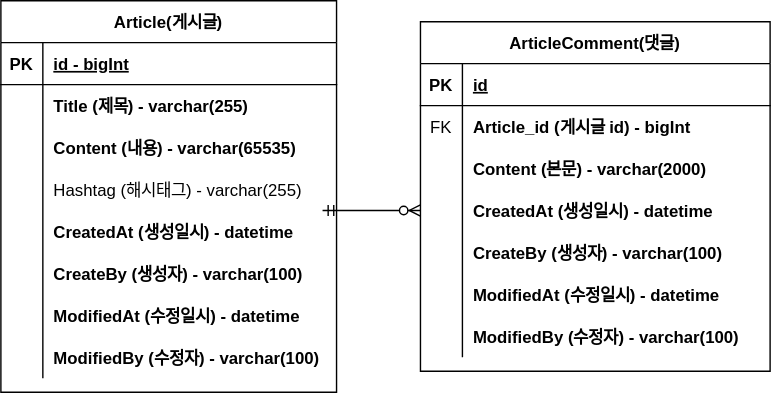
Surandoran/fastcampus-project-board keeps this draw.io diagram as document/project-board-erd.svg. Above is the earlier version. Source tidied: cells renumbered, new cells last; positions are measured from the earlier drawing's top-left corner, leaving out a move shared by most shapes.
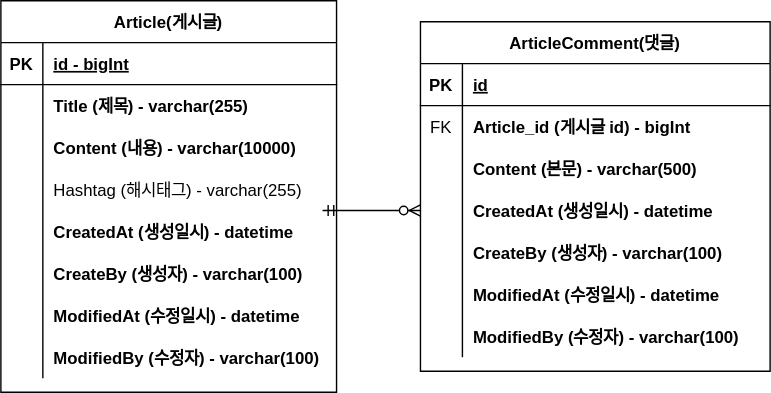
Later version of the same file.

Commit message:
#10 - erd 업데이트 : content 사이즈 변경

What changed in the source:
```diff
@@ -29,7 +29,7 @@
     <mxCell id="10" style="shape=partialRectangle;fillColor=none;top=0;left=0;bottom=0;right=0;overflow=hidden;" parent="9" vertex="1">
       <mxGeometry width="30" height="30" as="geometry" />
     </mxCell>
-    <mxCell id="11" value="Content (내용) - varchar(65535)" style="shape=partialRectangle;fillColor=none;top=0;left=0;bottom=0;right=0;align=left;spacingLeft=6;overflow=hidden;fontStyle=1;" parent="9" vertex="1">
+    <mxCell id="11" value="Content (내용) - varchar(10000)" style="shape=partialRectangle;fillColor=none;top=0;left=0;bottom=0;right=0;align=left;spacingLeft=6;overflow=hidden;fontStyle=1;" parent="9" vertex="1">
       <mxGeometry x="30" width="210" height="30" as="geometry" />
     </mxCell>
     <mxCell id="12" style="shape=tableRow;horizontal=0;startSize=0;swimlaneHead=0;swimlaneBody=0;fillColor=none;top=0;left=0;right=0;bottom=0;" parent="2" vertex="1">
@@ -104,7 +104,7 @@
     <mxCell id="35" style="shape=partialRectangle;fillColor=none;top=0;left=0;bottom=0;right=0;overflow=hidden;" parent="34" vertex="1">
       <mxGeometry width="30" height="30" as="geometry" />
     </mxCell>
-    <mxCell id="36" value="Content (본문) - varchar(2000)" style="shape=partialRectangle;fillColor=none;top=0;left=0;bottom=0;right=0;align=left;spacingLeft=6;overflow=hidden;fontStyle=1;" parent="34" vertex="1">
+    <mxCell id="36" value="Content (본문) - varchar(500)" style="shape=partialRectangle;fillColor=none;top=0;left=0;bottom=0;right=0;align=left;spacingLeft=6;overflow=hidden;fontStyle=1;" parent="34" vertex="1">
       <mxGeometry x="30" width="220" height="30" as="geometry" />
     </mxCell>
     <mxCell id="37" style="shape=tableRow;horizontal=0;startSize=0;swimlaneHead=0;swimlaneBody=0;fillColor=none;points=[[0,0.5],[1,0.5]];portConstraint=eastwest;top=0;left=0;right=0;bottom=0;" parent="27" vertex="1">
```
